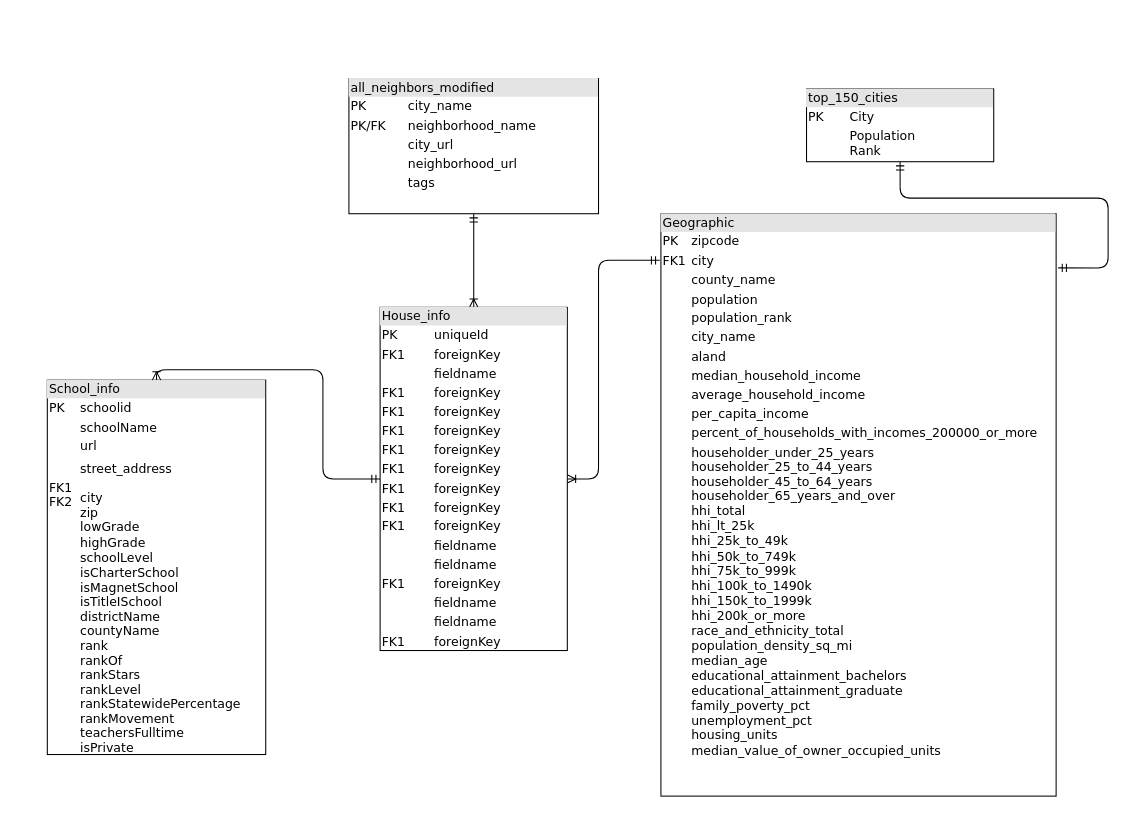
The draw.io diagram Diagram/DataBase-Diagram.drawio in sakuraszy/STATS-170A-Group, before the edit. Source tidied: cells renumbered, new cells numbered last; positions are measured from the earlier drawing's top-left corner, leaving out a move shared by most shapes. Both pictures are drawn from the tidied source at 104%, with x=0, y=0 at pixel (47, 78).
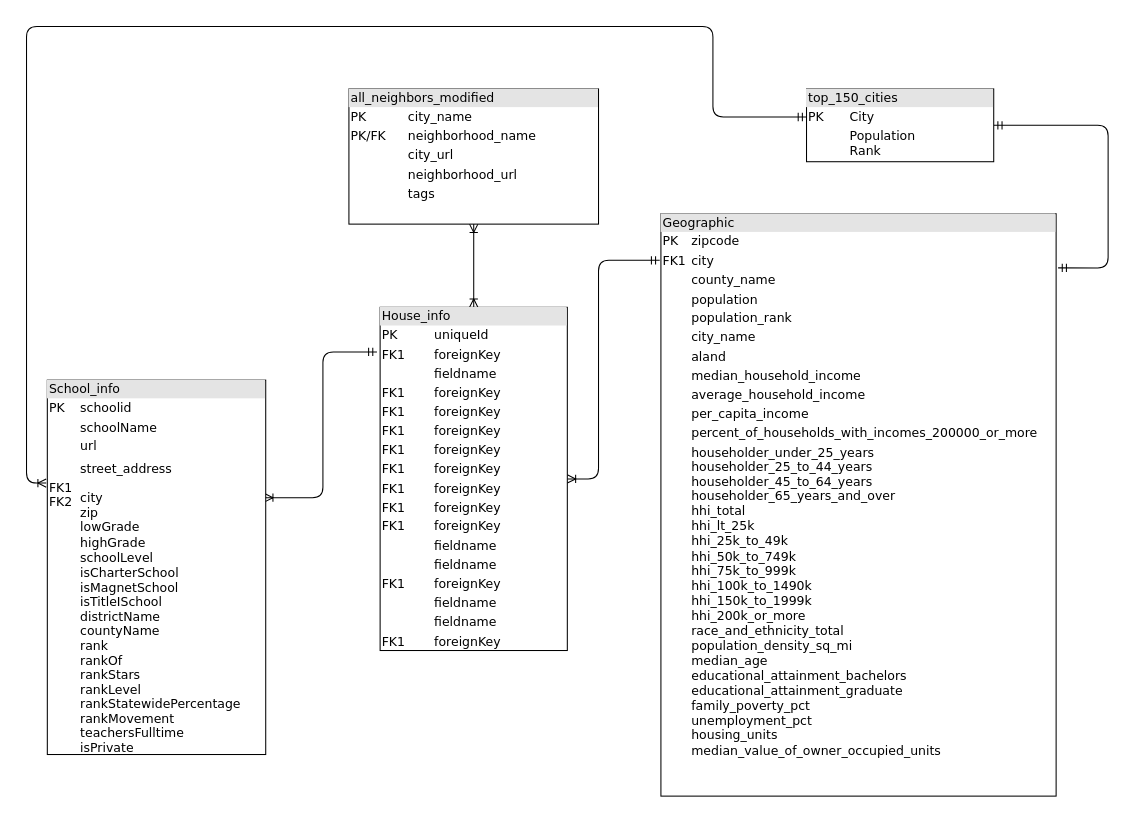
Above is the later version.

Diff of the diagram source:
```diff
@@
 <mxGraphModel background="#ffffff">
   <root>
     <mxCell id="0" />
     <mxCell id="1" parent="0" />
-    <mxCell id="2" style="edgeStyle=orthogonalEdgeStyle;html=1;entryX=0.5;entryY=0;labelBackgroundColor=none;startArrow=ERmandOne;endArrow=ERoneToMany;fontFamily=Verdana;fontSize=12;align=left;" parent="1" edge="1" source="4" target="8">
+    <mxCell id="2" style="edgeStyle=orthogonalEdgeStyle;html=1;entryX=0.5;entryY=0;labelBackgroundColor=none;startArrow=ERoneToMany;endArrow=ERoneToMany;fontFamily=Verdana;fontSize=12;align=left;startFill=0;" parent="1" edge="1" source="4" target="8">
       <mxGeometry relative="1" as="geometry" />
     </mxCell>
-    <mxCell id="3" style="edgeStyle=orthogonalEdgeStyle;html=1;labelBackgroundColor=none;startArrow=ERmandOne;endArrow=ERmandOne;fontFamily=Verdana;fontSize=12;align=left;startFill=0;endFill=0;entryX=1.005;entryY=0.093;entryDx=0;entryDy=0;entryPerimeter=0;" parent="1" edge="1" source="10" target="9">
+    <mxCell id="3" style="edgeStyle=orthogonalEdgeStyle;html=1;labelBackgroundColor=none;startArrow=ERmandOne;endArrow=ERmandOne;fontFamily=Verdana;fontSize=12;align=left;startFill=0;endFill=0;entryX=1.005;entryY=0.093;entryDx=0;entryDy=0;entryPerimeter=0;exitX=1;exitY=0.5;exitDx=0;exitDy=0;" parent="1" edge="1" source="10" target="9">
       <mxGeometry relative="1" as="geometry">
         <Array as="points">
-          <mxPoint x="820" y="115" />
-          <mxPoint x="1020" y="115" />
+          <mxPoint x="1020" y="45" />
           <mxPoint x="1020" y="182" />
         </Array>
       </mxGeometry>
     </mxCell>
     <mxCell id="4" value="&lt;div style=&quot;box-sizing: border-box ; width: 100% ; background: #e4e4e4 ; padding: 2px&quot;&gt;all_neighbors_modified&lt;/div&gt;&lt;table style=&quot;width: 100% ; font-size: 1em&quot; cellpadding=&quot;2&quot; cellspacing=&quot;0&quot;&gt;&lt;tbody&gt;&lt;tr&gt;&lt;td&gt;PK&lt;/td&gt;&lt;td&gt;city_name&lt;/td&gt;&lt;/tr&gt;&lt;tr&gt;&lt;td&gt;PK/FK&lt;/td&gt;&lt;td&gt;neighborhood_name&lt;/td&gt;&lt;/tr&gt;&lt;tr&gt;&lt;td&gt;&lt;/td&gt;&lt;td&gt;city_url&lt;/td&gt;&lt;/tr&gt;&lt;tr&gt;&lt;td&gt;&lt;br&gt;&lt;/td&gt;&lt;td&gt;neighborhood_url&lt;br&gt;&lt;/td&gt;&lt;/tr&gt;&lt;tr&gt;&lt;td&gt;&lt;br&gt;&lt;/td&gt;&lt;td&gt;tags&lt;br&gt;&lt;/td&gt;&lt;/tr&gt;&lt;tr&gt;&lt;td&gt;&lt;br&gt;&lt;/td&gt;&lt;td&gt;&lt;br&gt;&lt;/td&gt;&lt;/tr&gt;&lt;/tbody&gt;&lt;/table&gt;" style="verticalAlign=top;align=left;overflow=fill;html=1;rounded=0;shadow=0;comic=0;labelBackgroundColor=none;strokeWidth=1;fontFamily=Verdana;fontSize=12;" parent="1" vertex="1">
-      <mxGeometry x="290" width="240" height="130" as="geometry" />
+      <mxGeometry x="290" y="10" width="240" height="130" as="geometry" />
     </mxCell>
+    <mxCell id="11" style="edgeStyle=orthogonalEdgeStyle;jettySize=auto;html=1;entryX=0;entryY=0.386;entryDx=0;entryDy=0;entryPerimeter=0;endArrow=ERmandOne;endFill=0;exitX=-0.005;exitY=0.275;exitDx=0;exitDy=0;exitPerimeter=0;startArrow=ERoneToMany;startFill=0;rounded=1;" parent="1" edge="1" source="5" target="10">
+      <mxGeometry relative="1" as="geometry">
+        <Array as="points">
+          <mxPoint x="-20" y="389" />
+          <mxPoint x="-20" y="-50" />
+          <mxPoint x="640" y="-50" />
+          <mxPoint x="640" y="37" />
+        </Array>
+      </mxGeometry>
+    </mxCell>
+    <mxCell id="12" style="edgeStyle=orthogonalEdgeStyle;rounded=1;jettySize=auto;html=1;entryX=-0.017;entryY=0.13;entryDx=0;entryDy=0;startArrow=ERoneToMany;startFill=0;endArrow=ERmandOne;endFill=0;entryPerimeter=0;exitX=0.995;exitY=0.314;exitDx=0;exitDy=0;exitPerimeter=0;" parent="1" edge="1" source="5" target="8">
+      <mxGeometry relative="1" as="geometry" />
+    </mxCell>
     <mxCell id="5" value="&lt;div style=&quot;box-sizing: border-box ; width: 100% ; background-color: rgb(228 , 228 , 228) ; padding: 2px&quot;&gt;&lt;font style=&quot;font-size: 12px&quot;&gt;School_info&lt;/font&gt;&lt;/div&gt;&lt;table style=&quot;width: 100%&quot; cellpadding=&quot;2&quot; cellspacing=&quot;0&quot;&gt;&lt;tbody&gt;&lt;tr&gt;&lt;td&gt;&lt;font style=&quot;font-size: 12px&quot;&gt;PK&lt;/font&gt;&lt;/td&gt;&lt;td&gt;&lt;font style=&quot;font-size: 12px&quot;&gt;schoolid&lt;/font&gt;&lt;/td&gt;&lt;/tr&gt;&lt;tr&gt;&lt;td&gt;&lt;font style=&quot;font-size: 12px&quot;&gt;&lt;br&gt;&lt;/font&gt;&lt;/td&gt;&lt;td&gt;&lt;font style=&quot;font-size: 12px&quot;&gt;schoolName&lt;br&gt;&lt;/font&gt;&lt;/td&gt;&lt;/tr&gt;&lt;tr&gt;&lt;td&gt;&lt;/td&gt;&lt;td&gt;&lt;font style=&quot;font-size: 12px&quot;&gt;url&lt;/font&gt;&lt;/td&gt;&lt;/tr&gt;&lt;tr&gt;&lt;td&gt;&lt;font style=&quot;font-size: 12px&quot;&gt;&lt;br&gt;&lt;/font&gt;&lt;/td&gt;&lt;td&gt;&lt;p style=&quot;margin: 0px ; font-stretch: normal ; line-height: normal ; font-family: &amp;#34;helvetica neue&amp;#34;&quot;&gt;&lt;font face=&quot;Verdana&quot; style=&quot;font-size: 12px&quot;&gt;street_address&lt;/font&gt;&lt;/p&gt;&lt;/td&gt;&lt;/tr&gt;&lt;tr&gt;&lt;td&gt;&lt;font style=&quot;font-size: 12px&quot;&gt;FK1&lt;br&gt;FK2&lt;br&gt;&lt;br&gt;&lt;br&gt;&lt;br&gt;&lt;br&gt;&lt;br&gt;&lt;br&gt;&lt;br&gt;&lt;br&gt;&lt;br&gt;&lt;br&gt;&lt;br&gt;&lt;br&gt;&lt;br&gt;&lt;br&gt;&lt;br&gt;&lt;br&gt;&lt;br&gt;&lt;br&gt;&lt;br&gt;&lt;/font&gt;&lt;/td&gt;&lt;td&gt;&lt;font style=&quot;font-size: 12px&quot;&gt;city&lt;br&gt;zip&lt;br&gt;lowGrade&lt;br&gt;highGrade&lt;br&gt;schoolLevel&lt;br&gt;&lt;p style=&quot;margin: 0px ; font-stretch: normal ; line-height: normal&quot;&gt;isCharterSchool&lt;/p&gt;&lt;p style=&quot;margin: 0px ; font-stretch: normal ; line-height: normal&quot;&gt;isMagnetSchool&lt;/p&gt;&lt;p style=&quot;margin: 0px ; font-stretch: normal ; line-height: normal&quot;&gt;isTitleISchool&lt;/p&gt;&lt;p style=&quot;margin: 0px ; font-stretch: normal ; line-height: normal&quot;&gt;districtName&lt;/p&gt;&lt;p style=&quot;margin: 0px ; font-stretch: normal ; line-height: normal&quot;&gt;countyName&lt;/p&gt;&lt;p style=&quot;margin: 0px ; font-stretch: normal ; line-height: normal&quot;&gt;rank&lt;/p&gt;&lt;p style=&quot;margin: 0px ; font-stretch: normal ; line-height: normal&quot;&gt;rankOf&lt;/p&gt;&lt;p style=&quot;margin: 0px ; font-stretch: normal ; line-height: normal&quot;&gt;rankStars&lt;/p&gt;&lt;p style=&quot;margin: 0px ; font-stretch: normal ; line-height: normal&quot;&gt;rankLevel&lt;/p&gt;&lt;p style=&quot;margin: 0px ; font-stretch: normal ; line-height: normal&quot;&gt;rankStatewidePercentage&lt;/p&gt;&lt;p style=&quot;margin: 0px ; font-stretch: normal ; line-height: normal&quot;&gt;rankMovement&lt;/p&gt;&lt;p style=&quot;margin: 0px ; font-stretch: normal ; line-height: normal&quot;&gt;teachersFulltime&lt;/p&gt;&lt;p style=&quot;margin: 0px ; font-stretch: normal ; line-height: normal&quot;&gt;isPrivate&lt;/p&gt;&lt;p style=&quot;margin: 0px ; font-stretch: normal ; line-height: normal&quot;&gt;&lt;br&gt;&lt;/p&gt;&lt;p style=&quot;margin: 0px ; font-stretch: normal ; line-height: normal&quot;&gt;&lt;br&gt;&lt;/p&gt;&lt;/font&gt;&lt;/td&gt;&lt;/tr&gt;&lt;/tbody&gt;&lt;/table&gt;" style="verticalAlign=top;align=left;overflow=fill;html=1;rounded=0;shadow=0;comic=0;labelBackgroundColor=none;strokeWidth=1;fontFamily=Verdana;fontSize=12;" parent="1" vertex="1">
       <mxGeometry y="290" width="210" height="360" as="geometry" />
     </mxCell>
-    <mxCell id="6" style="edgeStyle=orthogonalEdgeStyle;html=1;entryX=0.5;entryY=0;labelBackgroundColor=none;startArrow=ERmandOne;endArrow=ERoneToMany;fontFamily=Verdana;fontSize=12;align=left;" parent="1" edge="1" source="8" target="5">
-      <mxGeometry relative="1" as="geometry" />
-    </mxCell>
     <mxCell id="7" style="edgeStyle=orthogonalEdgeStyle;jettySize=auto;html=1;startArrow=ERoneToMany;startFill=0;endArrow=ERmandOne;endFill=0;rounded=1;entryX=-0.003;entryY=0.08;entryDx=0;entryDy=0;entryPerimeter=0;" parent="1" edge="1" source="8" target="9">
       <mxGeometry relative="1" as="geometry">
         <Array as="points">
           <mxPoint x="530" y="385" />
           <mxPoint x="530" y="175" />
         </Array>
       </mxGeometry>
     </mxCell>
     <mxCell id="8" value="&lt;div style=&quot;box-sizing: border-box ; width: 100% ; background: #e4e4e4 ; padding: 2px&quot;&gt;House_info&lt;/div&gt;&lt;table style=&quot;width: 100% ; font-size: 1em&quot; cellpadding=&quot;2&quot; cellspacing=&quot;0&quot;&gt;&lt;tbody&gt;&lt;tr&gt;&lt;td&gt;PK&lt;/td&gt;&lt;td&gt;uniqueId&lt;/td&gt;&lt;/tr&gt;&lt;tr&gt;&lt;td&gt;FK1&lt;/td&gt;&lt;td&gt;foreignKey&lt;/td&gt;&lt;/tr&gt;&lt;tr&gt;&lt;td&gt;&lt;/td&gt;&lt;td&gt;fieldname&lt;/td&gt;&lt;/tr&gt;&lt;tr&gt;&lt;td&gt;FK1&lt;br&gt;&lt;/td&gt;&lt;td&gt;foreignKey&lt;br&gt;&lt;/td&gt;&lt;/tr&gt;&lt;tr&gt;&lt;td&gt;FK1&lt;br&gt;&lt;/td&gt;&lt;td&gt;foreignKey&lt;br&gt;&lt;/td&gt;&lt;/tr&gt;&lt;tr&gt;&lt;td&gt;FK1&lt;br&gt;&lt;/td&gt;&lt;td&gt;foreignKey&lt;br&gt;&lt;/td&gt;&lt;/tr&gt;&lt;tr&gt;&lt;td&gt;FK1&lt;br&gt;&lt;/td&gt;&lt;td&gt;foreignKey&lt;br&gt;&lt;/td&gt;&lt;/tr&gt;&lt;tr&gt;&lt;td&gt;FK1&lt;br&gt;&lt;/td&gt;&lt;td&gt;foreignKey&lt;br&gt;&lt;/td&gt;&lt;/tr&gt;&lt;tr&gt;&lt;td&gt;FK1&lt;br&gt;&lt;/td&gt;&lt;td&gt;foreignKey&lt;br&gt;&lt;/td&gt;&lt;/tr&gt;&lt;tr&gt;&lt;td&gt;FK1&lt;br&gt;&lt;/td&gt;&lt;td&gt;foreignKey&lt;br&gt;&lt;/td&gt;&lt;/tr&gt;&lt;tr&gt;&lt;td&gt;FK1&lt;br&gt;&lt;/td&gt;&lt;td&gt;foreignKey&lt;br&gt;&lt;/td&gt;&lt;/tr&gt;&lt;tr&gt;&lt;td&gt;&lt;br&gt;&lt;/td&gt;&lt;td&gt;fieldname&lt;br&gt;&lt;/td&gt;&lt;/tr&gt;&lt;tr&gt;&lt;td&gt;&lt;br&gt;&lt;/td&gt;&lt;td&gt;fieldname&lt;br&gt;&lt;/td&gt;&lt;/tr&gt;&lt;tr&gt;&lt;td&gt;FK1&lt;br&gt;&lt;/td&gt;&lt;td&gt;foreignKey&lt;br&gt;&lt;/td&gt;&lt;/tr&gt;&lt;tr&gt;&lt;td&gt;&lt;br&gt;&lt;/td&gt;&lt;td&gt;fieldname&lt;br&gt;&lt;/td&gt;&lt;/tr&gt;&lt;tr&gt;&lt;td&gt;&lt;br&gt;&lt;/td&gt;&lt;td&gt;fieldname&lt;br&gt;&lt;/td&gt;&lt;/tr&gt;&lt;tr&gt;&lt;td&gt;FK1&lt;br&gt;&lt;/td&gt;&lt;td&gt;foreignKey&lt;br&gt;&lt;/td&gt;&lt;/tr&gt;&lt;/tbody&gt;&lt;/table&gt;" style="verticalAlign=top;align=left;overflow=fill;html=1;rounded=0;shadow=0;comic=0;labelBackgroundColor=none;strokeWidth=1;fontFamily=Verdana;fontSize=12;" parent="1" vertex="1">
       <mxGeometry x="320" y="220" width="180" height="330" as="geometry" />
     </mxCell>
     <mxCell id="9" value="&lt;div style=&quot;box-sizing: border-box ; width: 100% ; background: #e4e4e4 ; padding: 2px&quot;&gt;Geographic&lt;/div&gt;&lt;table style=&quot;width: 100%&quot; cellpadding=&quot;2&quot; cellspacing=&quot;0&quot;&gt;&lt;tbody&gt;&lt;tr&gt;&lt;td&gt;PK&lt;/td&gt;&lt;td&gt;zipcode&lt;/td&gt;&lt;/tr&gt;&lt;tr&gt;&lt;td&gt;FK1&lt;/td&gt;&lt;td&gt;city&lt;/td&gt;&lt;/tr&gt;&lt;tr&gt;&lt;td&gt;&lt;/td&gt;&lt;td&gt;county_name&lt;br&gt;&lt;/td&gt;&lt;/tr&gt;&lt;tr&gt;&lt;td&gt;&lt;br&gt;&lt;/td&gt;&lt;td&gt;population&lt;/td&gt;&lt;/tr&gt;&lt;tr&gt;&lt;td&gt;&lt;br&gt;&lt;/td&gt;&lt;td&gt;population_rank&lt;br&gt;&lt;/td&gt;&lt;/tr&gt;&lt;tr&gt;&lt;td&gt;&lt;br&gt;&lt;/td&gt;&lt;td&gt;city_name&lt;/td&gt;&lt;/tr&gt;&lt;tr&gt;&lt;td&gt;&lt;br&gt;&lt;/td&gt;&lt;td&gt;aland&lt;/td&gt;&lt;/tr&gt;&lt;tr&gt;&lt;td&gt;&lt;br&gt;&lt;/td&gt;&lt;td&gt;&lt;p style=&quot;margin: 0px ; font-stretch: normal ; line-height: normal&quot;&gt;&lt;font style=&quot;font-size: 12px&quot;&gt;median_household_income&lt;/font&gt;&lt;/p&gt;&lt;/td&gt;&lt;/tr&gt;&lt;tr&gt;&lt;td&gt;&lt;br&gt;&lt;/td&gt;&lt;td&gt;&lt;p style=&quot;margin: 0px ; font-stretch: normal ; line-height: normal&quot;&gt;&lt;font style=&quot;font-size: 12px&quot;&gt;average_household_income&lt;/font&gt;&lt;/p&gt;&lt;/td&gt;&lt;/tr&gt;&lt;tr&gt;&lt;td&gt;&lt;br&gt;&lt;/td&gt;&lt;td&gt;&lt;p style=&quot;margin: 0px&quot;&gt;&lt;font color=&quot;#000000&quot; style=&quot;font-stretch: normal ; line-height: normal ; font-size: 12px&quot;&gt;per_capita_income&lt;/font&gt;&lt;/p&gt;&lt;/td&gt;&lt;/tr&gt;&lt;tr&gt;&lt;td&gt;&lt;font style=&quot;font-size: 12px&quot;&gt;&lt;br&gt;&lt;/font&gt;&lt;/td&gt;&lt;td&gt;&lt;p style=&quot;margin: 0px&quot;&gt;&lt;font color=&quot;#000000&quot; style=&quot;font-stretch: normal ; line-height: normal ; font-size: 12px&quot;&gt;percent_of_households_with_incomes_200000_or_more&lt;/font&gt;&lt;/p&gt;&lt;/td&gt;&lt;/tr&gt;&lt;tr&gt;&lt;td&gt;&lt;font style=&quot;font-size: 12px&quot;&gt;&lt;br&gt;&lt;/font&gt;&lt;/td&gt;&lt;td&gt;&lt;p style=&quot;margin: 0px ; font-stretch: normal ; line-height: normal&quot;&gt;&lt;font style=&quot;font-size: 12px&quot;&gt;householder_under_25_years&lt;/font&gt;&lt;/p&gt;&lt;p style=&quot;margin: 0px ; font-stretch: normal ; line-height: normal&quot;&gt;&lt;font style=&quot;font-size: 12px&quot;&gt;householder_25_to_44_years&lt;/font&gt;&lt;/p&gt;&lt;p style=&quot;margin: 0px&quot;&gt;&lt;font color=&quot;#000000&quot; style=&quot;font-stretch: normal ; line-height: normal ; font-size: 12px&quot;&gt;householder_45_to_64_years&lt;/font&gt;&lt;/p&gt;&lt;p style=&quot;margin: 0px&quot;&gt;&lt;font color=&quot;#000000&quot; style=&quot;font-stretch: normal ; line-height: normal ; font-size: 12px&quot;&gt;&lt;/font&gt;&lt;/p&gt;&lt;p style=&quot;margin: 0px&quot;&gt;&lt;font color=&quot;#000000&quot; style=&quot;font-stretch: normal ; line-height: normal ; font-size: 12px&quot;&gt;householder_65_years_and_over&lt;/font&gt;&lt;/p&gt;&lt;p style=&quot;margin: 0px&quot;&gt;&lt;font color=&quot;#000000&quot; style=&quot;font-stretch: normal ; line-height: normal ; font-size: 12px&quot;&gt;&lt;/font&gt;&lt;/p&gt;&lt;p style=&quot;margin: 0px&quot;&gt;&lt;font color=&quot;#000000&quot; style=&quot;font-stretch: normal ; line-height: normal ; font-size: 12px&quot;&gt;hhi_total&lt;/font&gt;&lt;/p&gt;&lt;p style=&quot;margin: 0px&quot;&gt;&lt;font color=&quot;#000000&quot; style=&quot;font-stretch: normal ; line-height: normal ; font-size: 12px&quot;&gt;&lt;/font&gt;&lt;/p&gt;&lt;p style=&quot;margin: 0px&quot;&gt;&lt;font color=&quot;#000000&quot; style=&quot;font-stretch: normal ; line-height: normal ; font-size: 12px&quot;&gt;hhi_lt_25k&lt;/font&gt;&lt;/p&gt;&lt;p style=&quot;margin: 0px&quot;&gt;&lt;font color=&quot;#000000&quot; style=&quot;font-stretch: normal ; line-height: normal ; font-size: 12px&quot;&gt;&lt;/font&gt;&lt;/p&gt;&lt;p style=&quot;margin: 0px&quot;&gt;&lt;font color=&quot;#000000&quot; style=&quot;font-stretch: normal ; line-height: normal ; font-size: 12px&quot;&gt;hhi_25k_to_49k&lt;/font&gt;&lt;/p&gt;&lt;p style=&quot;margin: 0px&quot;&gt;&lt;font color=&quot;#000000&quot; style=&quot;font-stretch: normal ; line-height: normal ; font-size: 12px&quot;&gt;&lt;/font&gt;&lt;/p&gt;&lt;p style=&quot;margin: 0px&quot;&gt;&lt;font color=&quot;#000000&quot; style=&quot;font-stretch: normal ; line-height: normal ; font-size: 12px&quot;&gt;hhi_50k_to_749k&lt;/font&gt;&lt;/p&gt;&lt;p style=&quot;margin: 0px&quot;&gt;&lt;font color=&quot;#000000&quot; style=&quot;font-stretch: normal ; line-height: normal ; font-size: 12px&quot;&gt;&lt;/font&gt;&lt;/p&gt;&lt;p style=&quot;margin: 0px&quot;&gt;&lt;font color=&quot;#000000&quot; style=&quot;font-stretch: normal ; line-height: normal ; font-size: 12px&quot;&gt;hhi_75k_to_999k&lt;/font&gt;&lt;/p&gt;&lt;p style=&quot;margin: 0px&quot;&gt;&lt;font color=&quot;#000000&quot; style=&quot;font-stretch: normal ; line-height: normal ; font-size: 12px&quot;&gt;&lt;/font&gt;&lt;/p&gt;&lt;p style=&quot;margin: 0px&quot;&gt;&lt;font color=&quot;#000000&quot; style=&quot;font-stretch: normal ; line-height: normal ; font-size: 12px&quot;&gt;hhi_100k_to_1490k&lt;/font&gt;&lt;/p&gt;&lt;p style=&quot;margin: 0px&quot;&gt;&lt;font color=&quot;#000000&quot; style=&quot;font-stretch: normal ; line-height: normal ; font-size: 12px&quot;&gt;&lt;/font&gt;&lt;/p&gt;&lt;p style=&quot;margin: 0px&quot;&gt;&lt;font color=&quot;#000000&quot; style=&quot;font-stretch: normal ; line-height: normal ; font-size: 12px&quot;&gt;hhi_150k_to_1999k&lt;/font&gt;&lt;/p&gt;&lt;p style=&quot;margin: 0px&quot;&gt;&lt;font color=&quot;#000000&quot; style=&quot;font-stretch: normal ; line-height: normal ; font-size: 12px&quot;&gt;&lt;/font&gt;&lt;/p&gt;&lt;p style=&quot;margin: 0px&quot;&gt;&lt;font color=&quot;#000000&quot; style=&quot;font-stretch: normal ; line-height: normal ; font-size: 12px&quot;&gt;hhi_200k_or_more&lt;/font&gt;&lt;/p&gt;&lt;p style=&quot;margin: 0px&quot;&gt;&lt;font color=&quot;#000000&quot; style=&quot;font-stretch: normal ; line-height: normal ; font-size: 12px&quot;&gt;&lt;/font&gt;&lt;/p&gt;&lt;p style=&quot;margin: 0px&quot;&gt;&lt;font color=&quot;#000000&quot; style=&quot;font-stretch: normal ; line-height: normal ; font-size: 12px&quot;&gt;race_and_ethnicity_total&lt;/font&gt;&lt;/p&gt;&lt;p style=&quot;margin: 0px&quot;&gt;&lt;font color=&quot;#000000&quot; style=&quot;font-stretch: normal ; line-height: normal ; font-size: 12px&quot;&gt;&lt;/font&gt;&lt;/p&gt;&lt;p style=&quot;margin: 0px&quot;&gt;&lt;font color=&quot;#000000&quot; style=&quot;font-stretch: normal ; line-height: normal ; font-size: 12px&quot;&gt;population_density_sq_mi&lt;/font&gt;&lt;/p&gt;&lt;p style=&quot;margin: 0px&quot;&gt;&lt;font color=&quot;#000000&quot; style=&quot;font-stretch: normal ; line-height: normal ; font-size: 12px&quot;&gt;&lt;/font&gt;&lt;/p&gt;&lt;p style=&quot;margin: 0px&quot;&gt;&lt;font color=&quot;#000000&quot; style=&quot;font-stretch: normal ; line-height: normal ; font-size: 12px&quot;&gt;median_age&lt;/font&gt;&lt;/p&gt;&lt;p style=&quot;margin: 0px&quot;&gt;&lt;font color=&quot;#000000&quot; style=&quot;font-stretch: normal ; line-height: normal ; font-size: 12px&quot;&gt;&lt;/font&gt;&lt;/p&gt;&lt;p style=&quot;margin: 0px&quot;&gt;&lt;font color=&quot;#000000&quot; style=&quot;font-stretch: normal ; line-height: normal ; font-size: 12px&quot;&gt;educational_attainment_bachelors&lt;/font&gt;&lt;/p&gt;&lt;p style=&quot;margin: 0px&quot;&gt;&lt;font color=&quot;#000000&quot; style=&quot;font-stretch: normal ; line-height: normal ; font-size: 12px&quot;&gt;&lt;/font&gt;&lt;/p&gt;&lt;p style=&quot;margin: 0px&quot;&gt;&lt;font color=&quot;#000000&quot; style=&quot;font-stretch: normal ; line-height: normal ; font-size: 12px&quot;&gt;educational_attainment_graduate&lt;/font&gt;&lt;/p&gt;&lt;p style=&quot;margin: 0px&quot;&gt;&lt;font color=&quot;#000000&quot; style=&quot;font-stretch: normal ; line-height: normal ; font-size: 12px&quot;&gt;&lt;/font&gt;&lt;/p&gt;&lt;p style=&quot;margin: 0px&quot;&gt;&lt;font color=&quot;#000000&quot; style=&quot;font-stretch: normal ; line-height: normal ; font-size: 12px&quot;&gt;family_poverty_pct&lt;/font&gt;&lt;/p&gt;&lt;p style=&quot;margin: 0px&quot;&gt;&lt;font color=&quot;#000000&quot; style=&quot;font-stretch: normal ; line-height: normal ; font-size: 12px&quot;&gt;&lt;/font&gt;&lt;/p&gt;&lt;p style=&quot;margin: 0px&quot;&gt;&lt;font color=&quot;#000000&quot; style=&quot;font-stretch: normal ; line-height: normal ; font-size: 12px&quot;&gt;unemployment_pct&lt;/font&gt;&lt;/p&gt;&lt;p style=&quot;margin: 0px&quot;&gt;&lt;font color=&quot;#000000&quot; style=&quot;font-stretch: normal ; line-height: normal ; font-size: 12px&quot;&gt;&lt;/font&gt;&lt;/p&gt;&lt;p style=&quot;margin: 0px&quot;&gt;&lt;font color=&quot;#000000&quot; style=&quot;font-stretch: normal ; line-height: normal ; font-size: 12px&quot;&gt;housing_units&lt;/font&gt;&lt;/p&gt;&lt;p style=&quot;margin: 0px&quot;&gt;&lt;font color=&quot;#000000&quot; style=&quot;font-stretch: normal ; line-height: normal ; font-size: 12px&quot;&gt;&lt;/font&gt;&lt;/p&gt;&lt;p style=&quot;margin: 0px&quot;&gt;&lt;font color=&quot;#000000&quot; style=&quot;font-stretch: normal ; line-height: normal ; font-size: 12px&quot;&gt;median_value_of_owner_occupied_units&lt;/font&gt;&lt;/p&gt;&lt;/td&gt;&lt;/tr&gt;&lt;/tbody&gt;&lt;/table&gt;" style="verticalAlign=top;align=left;overflow=fill;html=1;rounded=0;shadow=0;comic=0;labelBackgroundColor=none;strokeWidth=1;fontFamily=Verdana;fontSize=12;" parent="1" vertex="1">
       <mxGeometry x="590" y="130" width="380" height="560" as="geometry" />
     </mxCell>
     <mxCell id="10" value="&lt;div style=&quot;box-sizing: border-box ; width: 100% ; background: #e4e4e4 ; padding: 2px&quot;&gt;top_150_cities&lt;/div&gt;&lt;table style=&quot;width: 100% ; font-size: 1em&quot; cellpadding=&quot;2&quot; cellspacing=&quot;0&quot;&gt;&lt;tbody&gt;&lt;tr&gt;&lt;td&gt;PK&lt;/td&gt;&lt;td&gt;City&lt;br&gt;&lt;/td&gt;&lt;/tr&gt;&lt;tr&gt;&lt;td&gt;&lt;br&gt;&lt;/td&gt;&lt;td&gt;Population&lt;br&gt;Rank&lt;/td&gt;&lt;/tr&gt;&lt;/tbody&gt;&lt;/table&gt;" style="verticalAlign=top;align=left;overflow=fill;html=1;rounded=0;shadow=0;comic=0;labelBackgroundColor=none;strokeWidth=1;fontFamily=Verdana;fontSize=12;" parent="1" vertex="1">
       <mxGeometry x="730" y="10" width="180" height="70" as="geometry" />
     </mxCell>
   </root>
 </mxGraphModel>
```
